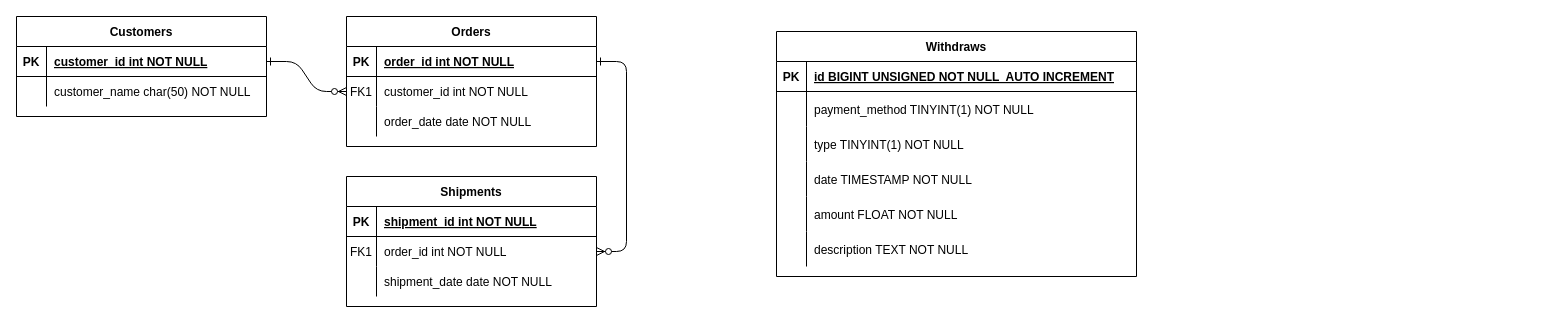
The draw.io diagram Diagrama sin título.drawio in 5arSanti/Curso-de-PHP-Bases-de-Datos, before the edit. Source tidied: cells renumbered, new cells numbered last; positions are measured from the earlier drawing's top-left corner, leaving out a move shared by most shapes. Both pictures are drawn from the tidied source at 100%, with x=0, y=0 at pixel (16, 16).
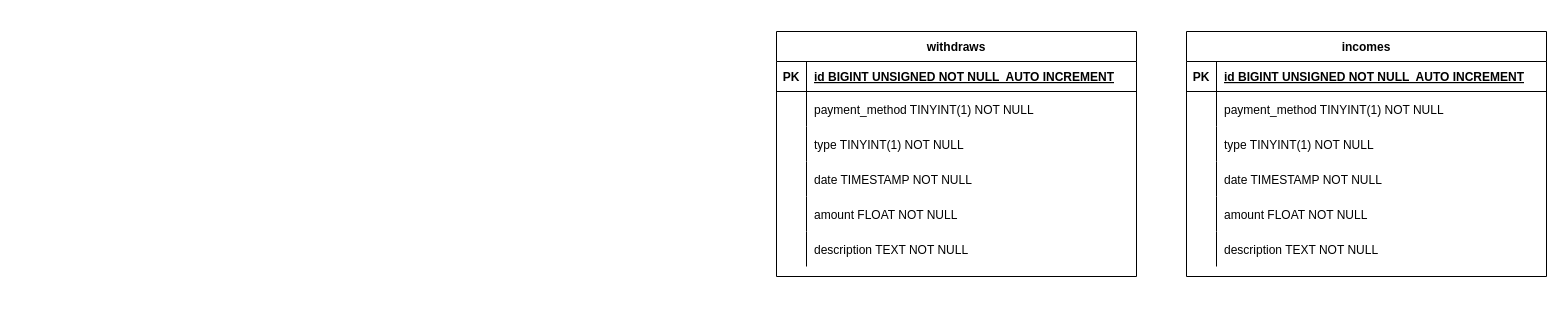
After the change.

The edit, as a diff of the source:
```diff
@@
-    <mxCell id="2" style="edgeStyle=entityRelationEdgeStyle;endArrow=ERzeroToMany;startArrow=ERone;endFill=1;startFill=0;" parent="1" edge="1" source="25" target="8">
-      <mxGeometry relative="1" as="geometry" />
-    </mxCell>
-    <mxCell id="3" style="edgeStyle=entityRelationEdgeStyle;endArrow=ERzeroToMany;startArrow=ERone;endFill=1;startFill=0;" parent="1" edge="1" source="5" target="18">
-      <mxGeometry relative="1" as="geometry" />
-    </mxCell>
-    <mxCell id="4" value="Orders" style="shape=table;startSize=30;childLayout=tableLayout;rowLines=0;fontStyle=1;align=center;" parent="1" vertex="1">
-      <mxGeometry x="330" width="250" height="130" as="geometry" />
-    </mxCell>
-    <mxCell id="5" style="shape=partialRectangle;fillColor=none;points=[[0,0.5],[1,0.5]];portConstraint=eastwest;top=0;left=0;right=0;bottom=1;" parent="4" vertex="1">
-      <mxGeometry y="30" width="250" height="30" as="geometry" />
-    </mxCell>
-    <mxCell id="6" value="PK" style="shape=partialRectangle;overflow=hidden;fillColor=none;top=0;left=0;bottom=0;right=0;fontStyle=1;" parent="5" vertex="1">
-      <mxGeometry width="30" height="30" as="geometry" />
-    </mxCell>
-    <mxCell id="7" value="order_id int NOT NULL " style="shape=partialRectangle;overflow=hidden;fillColor=none;top=0;left=0;bottom=0;right=0;align=left;spacingLeft=6;fontStyle=5;" parent="5" vertex="1">
-      <mxGeometry x="30" width="220" height="30" as="geometry" />
-    </mxCell>
-    <mxCell id="8" style="shape=partialRectangle;fillColor=none;points=[[0,0.5],[1,0.5]];portConstraint=eastwest;top=0;left=0;right=0;bottom=0;" parent="4" vertex="1">
-      <mxGeometry y="60" width="250" height="30" as="geometry" />
-    </mxCell>
-    <mxCell id="9" value="FK1" style="shape=partialRectangle;overflow=hidden;fillColor=none;top=0;left=0;bottom=0;right=0;" parent="8" vertex="1">
-      <mxGeometry width="30" height="30" as="geometry" />
-    </mxCell>
-    <mxCell id="10" value="customer_id int NOT NULL" style="shape=partialRectangle;overflow=hidden;fillColor=none;top=0;left=0;bottom=0;right=0;align=left;spacingLeft=6;" parent="8" vertex="1">
-      <mxGeometry x="30" width="220" height="30" as="geometry" />
-    </mxCell>
-    <mxCell id="11" style="shape=partialRectangle;fillColor=none;top=0;left=0;right=0;bottom=0;" parent="4" vertex="1">
-      <mxGeometry y="90" width="250" height="30" as="geometry" />
-    </mxCell>
-    <mxCell id="12" style="shape=partialRectangle;overflow=hidden;fillColor=none;top=0;left=0;bottom=0;right=0;" parent="11" vertex="1">
-      <mxGeometry width="30" height="30" as="geometry" />
-    </mxCell>
-    <mxCell id="13" value="order_date date NOT NULL" style="shape=partialRectangle;overflow=hidden;fillColor=none;top=0;left=0;bottom=0;right=0;align=left;spacingLeft=6;" parent="11" vertex="1">
-      <mxGeometry x="30" width="220" height="30" as="geometry" />
-    </mxCell>
-    <mxCell id="14" value="Shipments" style="shape=table;startSize=30;childLayout=tableLayout;rowLines=0;fontStyle=1;align=center;" parent="1" vertex="1">
-      <mxGeometry x="330" y="160" width="250" height="130" as="geometry" />
-    </mxCell>
-    <mxCell id="15" style="shape=partialRectangle;fillColor=none;top=0;left=0;right=0;bottom=1;" parent="14" vertex="1">
-      <mxGeometry y="30" width="250" height="30" as="geometry" />
-    </mxCell>
-    <mxCell id="16" value="PK" style="shape=partialRectangle;overflow=hidden;fillColor=none;top=0;left=0;bottom=0;right=0;fontStyle=1;" parent="15" vertex="1">
-      <mxGeometry width="30" height="30" as="geometry" />
-    </mxCell>
-    <mxCell id="17" value="shipment_id int NOT NULL " style="shape=partialRectangle;overflow=hidden;fillColor=none;top=0;left=0;bottom=0;right=0;align=left;spacingLeft=6;fontStyle=5;" parent="15" vertex="1">
-      <mxGeometry x="30" width="220" height="30" as="geometry" />
-    </mxCell>
-    <mxCell id="18" style="shape=partialRectangle;fillColor=none;points=[[0,0.5],[1,0.5]];portConstraint=eastwest;top=0;left=0;right=0;bottom=0;" parent="14" vertex="1">
-      <mxGeometry y="60" width="250" height="30" as="geometry" />
-    </mxCell>
-    <mxCell id="19" value="FK1" style="shape=partialRectangle;overflow=hidden;fillColor=none;top=0;left=0;bottom=0;right=0;" parent="18" vertex="1">
-      <mxGeometry width="30" height="30" as="geometry" />
-    </mxCell>
-    <mxCell id="20" value="order_id int NOT NULL" style="shape=partialRectangle;overflow=hidden;fillColor=none;top=0;left=0;bottom=0;right=0;align=left;spacingLeft=6;" parent="18" vertex="1">
-      <mxGeometry x="30" width="220" height="30" as="geometry" />
-    </mxCell>
-    <mxCell id="21" style="shape=partialRectangle;fillColor=none;top=0;left=0;right=0;bottom=0;" parent="14" vertex="1">
-      <mxGeometry y="90" width="250" height="30" as="geometry" />
-    </mxCell>
-    <mxCell id="22" style="shape=partialRectangle;overflow=hidden;fillColor=none;top=0;left=0;bottom=0;right=0;" parent="21" vertex="1">
-      <mxGeometry width="30" height="30" as="geometry" />
-    </mxCell>
-    <mxCell id="23" value="shipment_date date NOT NULL" style="shape=partialRectangle;overflow=hidden;fillColor=none;top=0;left=0;bottom=0;right=0;align=left;spacingLeft=6;" parent="21" vertex="1">
-      <mxGeometry x="30" width="220" height="30" as="geometry" />
-    </mxCell>
-    <mxCell id="24" value="Customers" style="shape=table;startSize=30;childLayout=tableLayout;rowLines=0;fontStyle=1;align=center;" parent="1" vertex="1">
-      <mxGeometry width="250" height="100" as="geometry" />
-    </mxCell>
-    <mxCell id="25" style="shape=partialRectangle;fillColor=none;points=[[0,0.5],[1,0.5]];portConstraint=eastwest;top=0;left=0;right=0;bottom=1;" parent="24" vertex="1">
-      <mxGeometry y="30" width="250" height="30" as="geometry" />
-    </mxCell>
-    <mxCell id="26" value="PK" style="shape=partialRectangle;overflow=hidden;fillColor=none;top=0;left=0;bottom=0;right=0;fontStyle=1;" parent="25" vertex="1">
-      <mxGeometry width="30" height="30" as="geometry" />
-    </mxCell>
-    <mxCell id="27" value="customer_id int NOT NULL " style="shape=partialRectangle;overflow=hidden;fillColor=none;top=0;left=0;bottom=0;right=0;align=left;spacingLeft=6;fontStyle=5;" parent="25" vertex="1">
-      <mxGeometry x="30" width="220" height="30" as="geometry" />
-    </mxCell>
-    <mxCell id="28" style="shape=partialRectangle;fillColor=none;top=0;left=0;right=0;bottom=0;" parent="24" vertex="1">
-      <mxGeometry y="60" width="250" height="30" as="geometry" />
-    </mxCell>
-    <mxCell id="29" style="shape=partialRectangle;overflow=hidden;fillColor=none;top=0;left=0;bottom=0;right=0;" parent="28" vertex="1">
-      <mxGeometry width="30" height="30" as="geometry" />
-    </mxCell>
-    <mxCell id="30" value="customer_name char(50) NOT NULL" style="shape=partialRectangle;overflow=hidden;fillColor=none;top=0;left=0;bottom=0;right=0;align=left;spacingLeft=6;" parent="28" vertex="1">
-      <mxGeometry x="30" width="220" height="30" as="geometry" />
-    </mxCell>
-    <mxCell id="31" value="Withdraws" style="shape=table;startSize=30;childLayout=tableLayout;rowLines=0;fontStyle=1;align=center;" parent="1" vertex="1">
+    <mxCell id="31" value="withdraws" style="shape=table;startSize=30;childLayout=tableLayout;rowLines=0;fontStyle=1;align=center;" parent="1" vertex="1">
       <mxGeometry x="760" y="15" width="360" height="245" as="geometry" />
     </mxCell>
@@
+    <mxCell id="50" value="incomes" style="shape=table;startSize=30;childLayout=tableLayout;rowLines=0;fontStyle=1;align=center;" parent="1" vertex="1">
+      <mxGeometry x="1170" y="15" width="360" height="245" as="geometry" />
+    </mxCell>
+    <mxCell id="51" style="shape=partialRectangle;fillColor=none;top=0;left=0;right=0;bottom=1;" parent="50" vertex="1">
+      <mxGeometry y="30" width="360" height="30" as="geometry" />
+    </mxCell>
+    <mxCell id="52" value="PK" style="shape=partialRectangle;overflow=hidden;fillColor=none;top=0;left=0;bottom=0;right=0;fontStyle=1;" parent="51" vertex="1">
+      <mxGeometry width="30" height="30" as="geometry" />
+    </mxCell>
+    <mxCell id="53" value="id BIGINT UNSIGNED NOT NULL  AUTO INCREMENT" style="shape=partialRectangle;overflow=hidden;fillColor=none;top=0;left=0;bottom=0;right=0;align=left;spacingLeft=6;fontStyle=5;" parent="51" vertex="1">
+      <mxGeometry x="30" width="330" height="30" as="geometry" />
+    </mxCell>
+    <mxCell id="54" style="shape=partialRectangle;fillColor=none;top=0;left=0;right=0;bottom=0;" parent="50" vertex="1">
+      <mxGeometry y="60" width="360" height="35" as="geometry" />
+    </mxCell>
+    <mxCell id="55" style="shape=partialRectangle;overflow=hidden;fillColor=none;top=0;left=0;bottom=0;right=0;" parent="54" vertex="1">
+      <mxGeometry width="30" height="35" as="geometry" />
+    </mxCell>
+    <mxCell id="56" value="payment_method TINYINT(1) NOT NULL" style="shape=partialRectangle;overflow=hidden;fillColor=none;top=0;left=0;bottom=0;right=0;align=left;spacingLeft=6;" parent="54" vertex="1">
+      <mxGeometry x="30" width="330" height="35" as="geometry" />
+    </mxCell>
+    <mxCell id="57" style="shape=partialRectangle;fillColor=none;top=0;left=0;right=0;bottom=0;" parent="50" vertex="1">
+      <mxGeometry y="95" width="360" height="35" as="geometry" />
+    </mxCell>
+    <mxCell id="58" style="shape=partialRectangle;overflow=hidden;fillColor=none;top=0;left=0;bottom=0;right=0;" parent="57" vertex="1">
+      <mxGeometry width="30" height="35" as="geometry" />
+    </mxCell>
+    <mxCell id="59" value="type TINYINT(1) NOT NULL" style="shape=partialRectangle;overflow=hidden;fillColor=none;top=0;left=0;bottom=0;right=0;align=left;spacingLeft=6;" parent="57" vertex="1">
+      <mxGeometry x="30" width="330" height="35" as="geometry" />
+    </mxCell>
+    <mxCell id="60" style="shape=partialRectangle;fillColor=none;top=0;left=0;right=0;bottom=0;" parent="50" vertex="1">
+      <mxGeometry y="130" width="360" height="35" as="geometry" />
+    </mxCell>
+    <mxCell id="61" style="shape=partialRectangle;overflow=hidden;fillColor=none;top=0;left=0;bottom=0;right=0;" parent="60" vertex="1">
+      <mxGeometry width="30" height="35" as="geometry" />
+    </mxCell>
+    <mxCell id="62" value="date TIMESTAMP NOT NULL" style="shape=partialRectangle;overflow=hidden;fillColor=none;top=0;left=0;bottom=0;right=0;align=left;spacingLeft=6;" parent="60" vertex="1">
+      <mxGeometry x="30" width="330" height="35" as="geometry" />
+    </mxCell>
+    <mxCell id="63" style="shape=partialRectangle;fillColor=none;top=0;left=0;right=0;bottom=0;" parent="50" vertex="1">
+      <mxGeometry y="165" width="360" height="35" as="geometry" />
+    </mxCell>
+    <mxCell id="64" style="shape=partialRectangle;overflow=hidden;fillColor=none;top=0;left=0;bottom=0;right=0;" parent="63" vertex="1">
+      <mxGeometry width="30" height="35" as="geometry" />
+    </mxCell>
+    <mxCell id="65" value="amount FLOAT NOT NULL" style="shape=partialRectangle;overflow=hidden;fillColor=none;top=0;left=0;bottom=0;right=0;align=left;spacingLeft=6;" parent="63" vertex="1">
+      <mxGeometry x="30" width="330" height="35" as="geometry" />
+    </mxCell>
+    <mxCell id="66" style="shape=partialRectangle;fillColor=none;top=0;left=0;right=0;bottom=0;" parent="50" vertex="1">
+      <mxGeometry y="200" width="360" height="35" as="geometry" />
+    </mxCell>
+    <mxCell id="67" style="shape=partialRectangle;overflow=hidden;fillColor=none;top=0;left=0;bottom=0;right=0;" parent="66" vertex="1">
+      <mxGeometry width="30" height="35" as="geometry" />
+    </mxCell>
+    <mxCell id="68" value="description TEXT NOT NULL" style="shape=partialRectangle;overflow=hidden;fillColor=none;top=0;left=0;bottom=0;right=0;align=left;spacingLeft=6;" parent="66" vertex="1">
+      <mxGeometry x="30" width="330" height="35" as="geometry" />
+    </mxCell>
```
